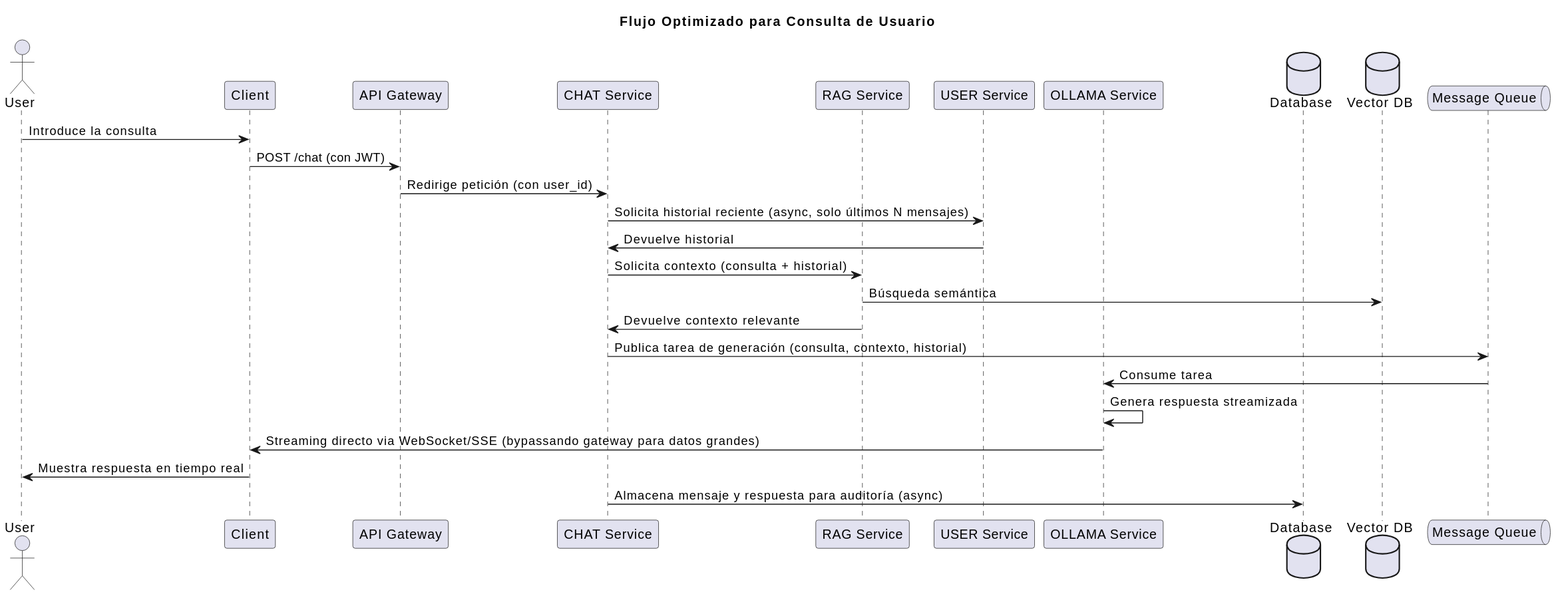
Before: assets/diagrams/user_query_flow.svg, a diagram exported from PlantUML (P4blo003/ikaros).
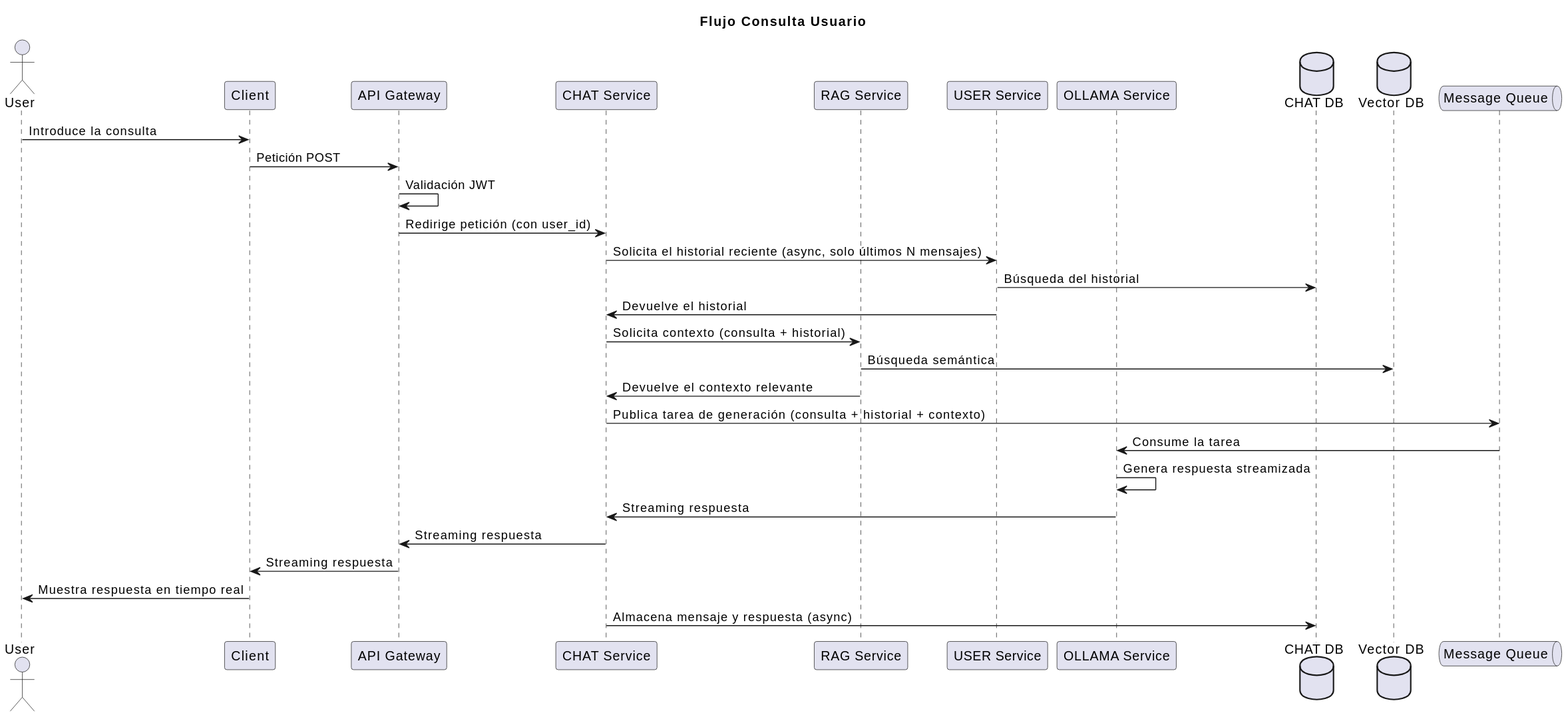
After the commit.

Commit message:
docs(diagram): Modificar diagrama de flujo para consultas de usuarios.

The edit, as a diff of the source:
```diff
@@ -1,42 +1,41 @@
 @startuml
-title Flujo Optimizado para Consulta de Usuario
+title Flujo Consulta Usuario
 
-actor User as user
+
+actor User as usr
+
 participant "Client" as client
 participant "API Gateway" as gateway
 participant "CHAT Service" as chat
 participant "RAG Service" as rag
-participant "USER Service" as user_service
+participant "USER Service" as user
 participant "OLLAMA Service" as ollama
-database "Database" as db
-database "Vector DB" as vector_db
+
+database "CHAT DB" as chatDB
+database "Vector DB" as vectorDB
 queue "Message Queue" as queue
 
-user -> client: Introduce la consulta
-client -> gateway: POST /chat (con JWT)
-gateway -> chat: Redirige petición (con user_id)
+usr->client: Introduce la consulta
+client->gateway: Petición POST
+gateway->gateway: Validación JWT
+gateway->chat: Redirige petición (con user_id)
 
-chat -> user_service: Solicita historial reciente (async, solo últimos N mensajes)
-user_service -> chat: Devuelve historial
+chat->user: Solicita el historial reciente (async, solo últimos N mensajes)
+user->chatDB: Búsqueda del historial
+user->chat: Devuelve el historial
 
-chat -> rag: Solicita contexto (consulta + historial)
-rag -> vector_db: Búsqueda semántica
-rag -> chat: Devuelve contexto relevante
+chat->rag: Solicita contexto (consulta + historial)
+rag->vectorDB: Búsqueda semántica
+rag->chat: Devuelve el contexto relevante
 
-chat -> queue: Publica tarea de generación (consulta, contexto, historial)
-queue -> ollama: Consume tarea
-ollama -> ollama: Genera respuesta streamizada
-ollama -> client: Streaming directo via WebSocket/SSE (bypassando gateway para datos grandes)
-client -> user: Muestra respuesta en tiempo real
+chat->queue: Publica tarea de generación (consulta + historial + contexto)
+queue->ollama: Consume la tarea
+ollama->ollama: Genera respuesta streamizada
+ollama->chat: Streaming respuesta
+chat->gateway: Streaming respuesta
+gateway->client: Streaming respuesta
 
-chat -> db: Almacena mensaje y respuesta para auditoría (async)
-@end uml
+client->usr: Muestra respuesta en tiempo real
 
-PlantUML version 1.2025.3(Sun Jun 01 02:57:24 MDT 2025)
-(GPL source distribution)
-Java Runtime: OpenJDK Runtime Environment
-JVM: OpenJDK 64-Bit Server VM
-Default Encoding: UTF-8
-Language: en
-Country: null
+chat->chatDB: Almacena mensaje y respuesta (async)
 @enduml
```
